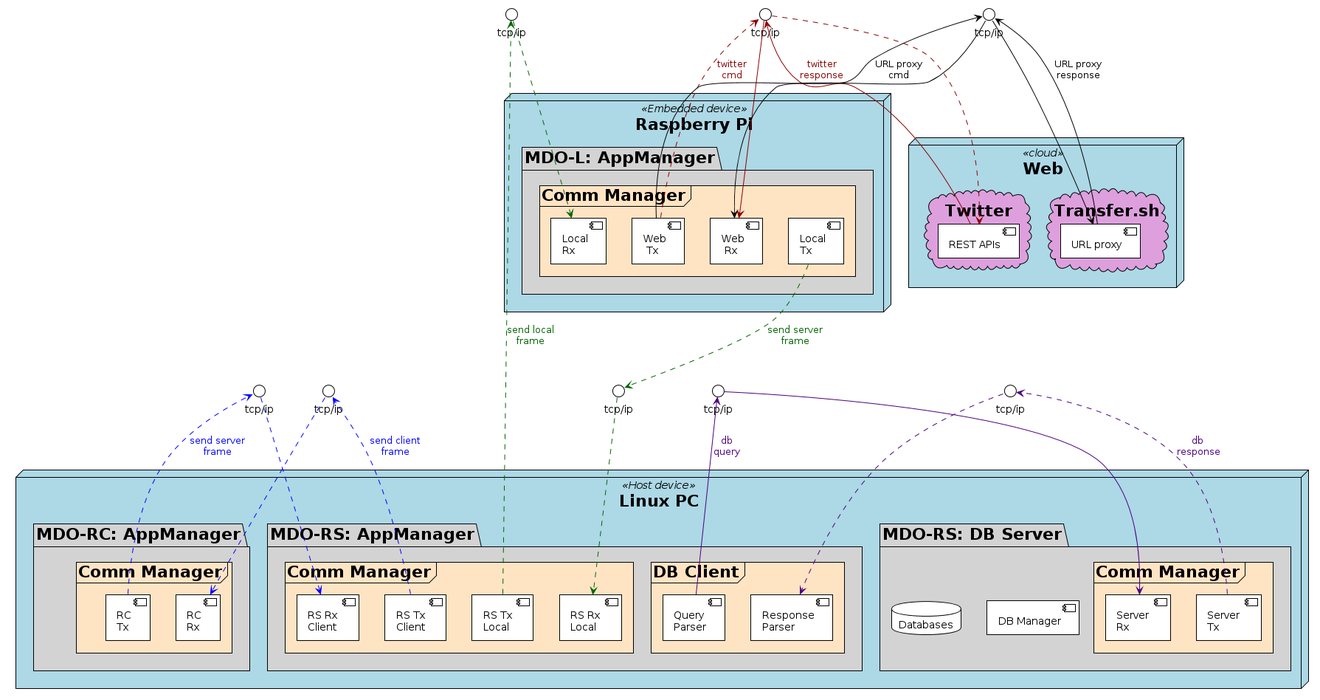
Earlier version of the PlantUML export Proj/diags/plantuml/deploy-diag/output/deploy-diag.png (ElectroQuanta/MDO).
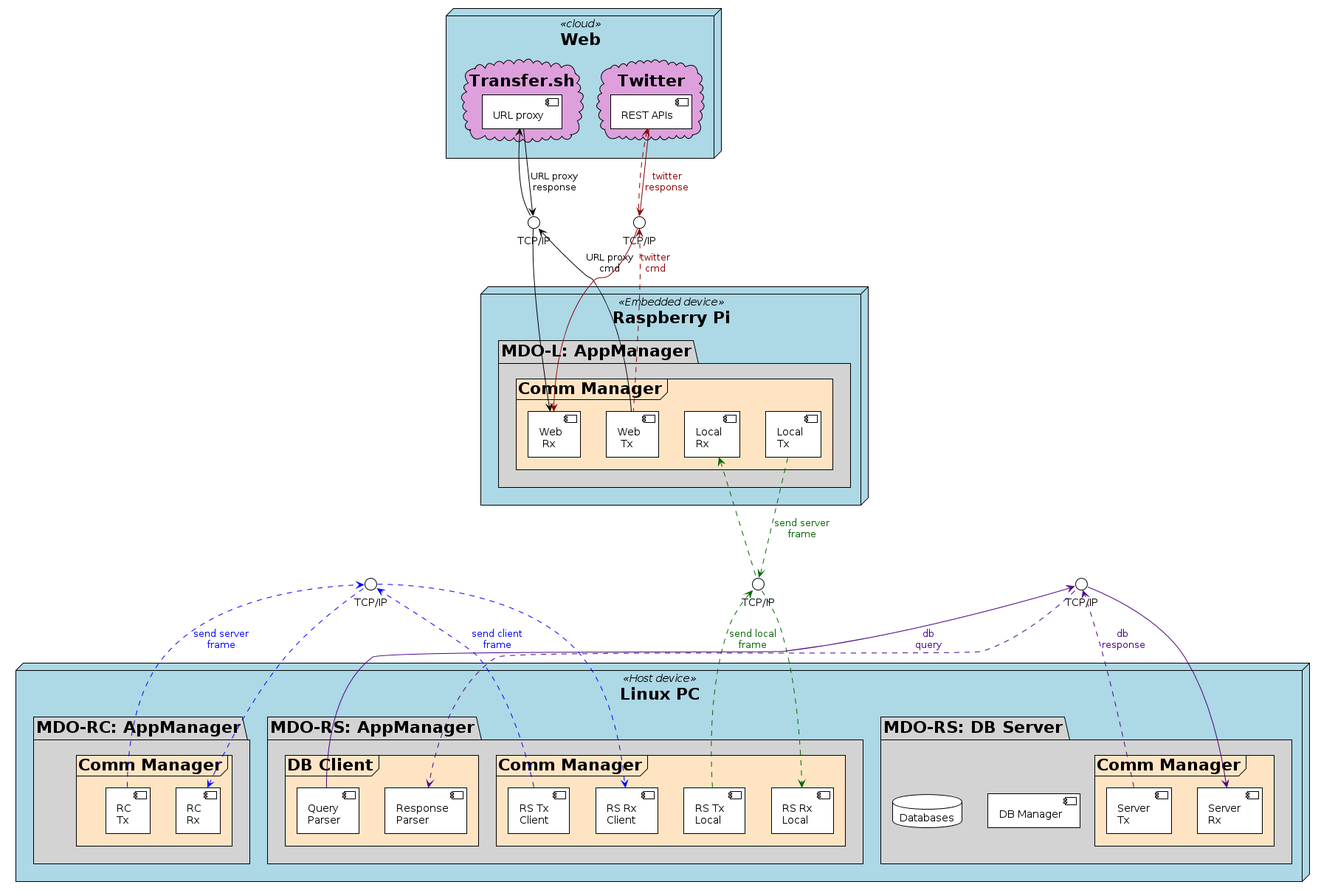
Above is the later version.

Commit message:
UPDT: DESIGN: SW-spec: component & deploy diags

Change to the diagram source:
```diff
@@ -53,34 +53,31 @@
 }
 }
 
-() "tcp/ip" as sockRS_L
-() "tcp/ip" as sockL_RS
-() "tcp/ip" as sockL_Twitter
-() "tcp/ip" as sockL_Transfer_sh
-() "tcp/ip" as sockRC_RS
-() "tcp/ip" as sockRS_RC
-() "tcp/ip" as sockRS_SQL
-() "tcp/ip" as sockSQL_RS
+() "TCP/IP" as sockRS_L
+() "TCP/IP" as sockL_Twitter
+() "TCP/IP" as sockL_Transfer_sh
+() "TCP/IP" as sockRC_RS
+() "TCP/IP" as sockRS_SQL
 
-[WEBTx] ..> sockL_Twitter #darkred: <color:darkred>twitter\n<color:darkred>cmd
-sockL_Twitter ..> REST #darkred
-[WEBTx] --> sockL_Transfer_sh: URL proxy\ncmd
-sockL_Transfer_sh --> URLP
+[WEBTx] .u.> sockL_Twitter #darkred: <color:darkred>twitter\n<color:darkred>cmd
+sockL_Twitter .u.> REST #darkred
+[WEBTx] -d-> sockL_Transfer_sh: URL proxy\ncmd
+sockL_Transfer_sh -d-> URLP
 REST --> sockL_Twitter #darkred: <color:darkred>twitter\n<color:darkred>response
 sockL_Twitter --> [WEBRx] #darkred
 URLP --> sockL_Transfer_sh: URL proxy\nresponse
 sockL_Transfer_sh --> [WEBRx]
 [RCT] ..> sockRC_RS #blue: <color:blue>send server\n<color:blue>frame
 sockRC_RS ..> [RSRC] #blue
-[RSTC] ..> sockRS_RC #blue: <color:blue>send client\n<color:blue>frame
-sockRS_RC ..> [RCR] #blue
-[RSTL] ..> sockRS_L #darkgreen: <color:darkgreen>send local\n<color:darkgreen>frame
-sockRS_L ..> [LCR] #darkgreen
-[LCT] ..> sockL_RS #darkgreen: <color:darkgreen>send server\n<color:darkgreen>frame
-sockL_RS ..> [RSRL] #darkgreen
+[RSTC] ..> sockRC_RS #blue: <color:blue>send client\n<color:blue>frame
+sockRC_RS ..> [RCR] #blue
+[RSTL] .u.> sockRS_L #darkgreen: <color:darkgreen>send local\n<color:darkgreen>frame
+sockRS_L .u.> [LCR] #darkgreen
+[LCT] .d.> sockRS_L #darkgreen: <color:darkgreen>send server\n<color:darkgreen>frame
+sockRS_L .d.> [RSRL] #darkgreen
 [RSQP] --> sockRS_SQL #indigo: <color:indigo>db\n<color:indigo>query
 sockRS_SQL --> [SERVRx] #indigo
-[SERVTx] ..> sockSQL_RS #indigo: <color:indigo>db \n<color:indigo>response
-sockSQL_RS ..> [RSRP] #indigo
+[SERVTx] ..> sockRS_SQL #indigo: <color:indigo>db \n<color:indigo>response
+sockRS_SQL ..> [RSRP] #indigo
 
 @enduml
```
